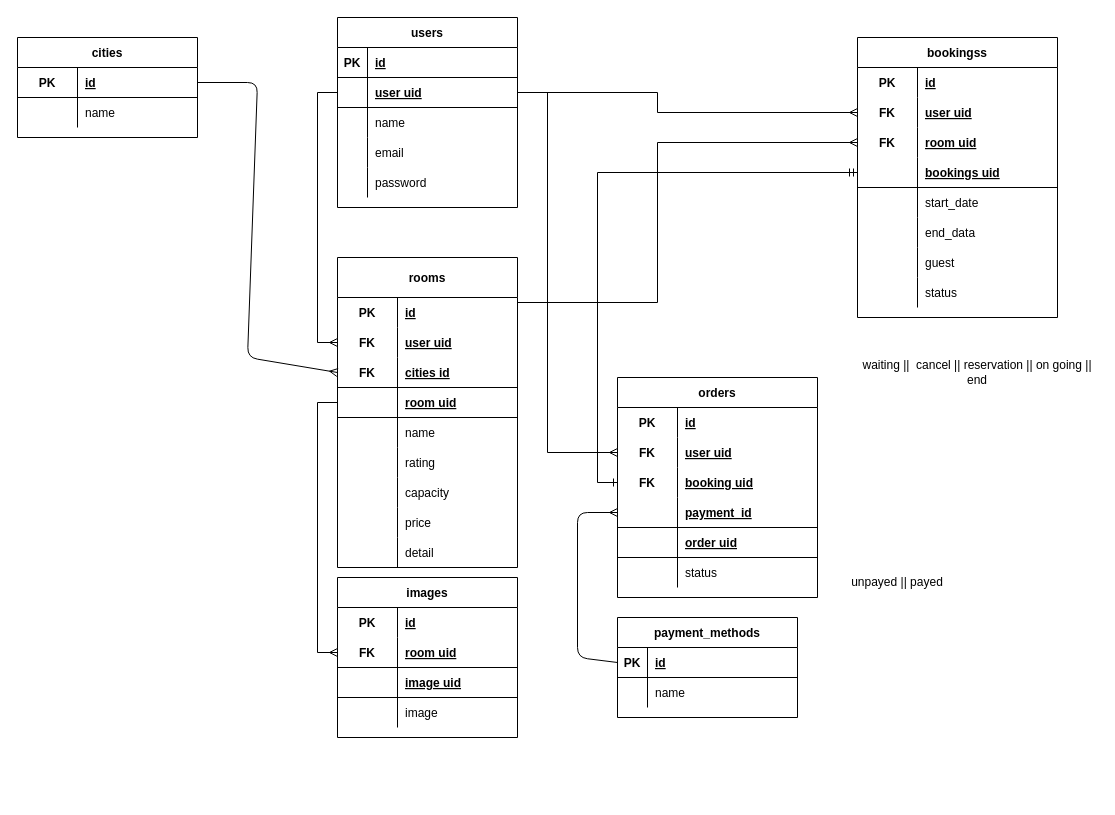
Before: repository/erd/altaProject .drawio in AIRBNB-App-Project2/backend-airbnb, a draw.io diagram. Source tidied: cells renumbered, new cells numbered last; positions are measured from the earlier drawing's top-left corner, leaving out a move shared by most shapes. Both pictures are drawn from the tidied source at 100%, with x=0, y=0 at pixel (17, 17).
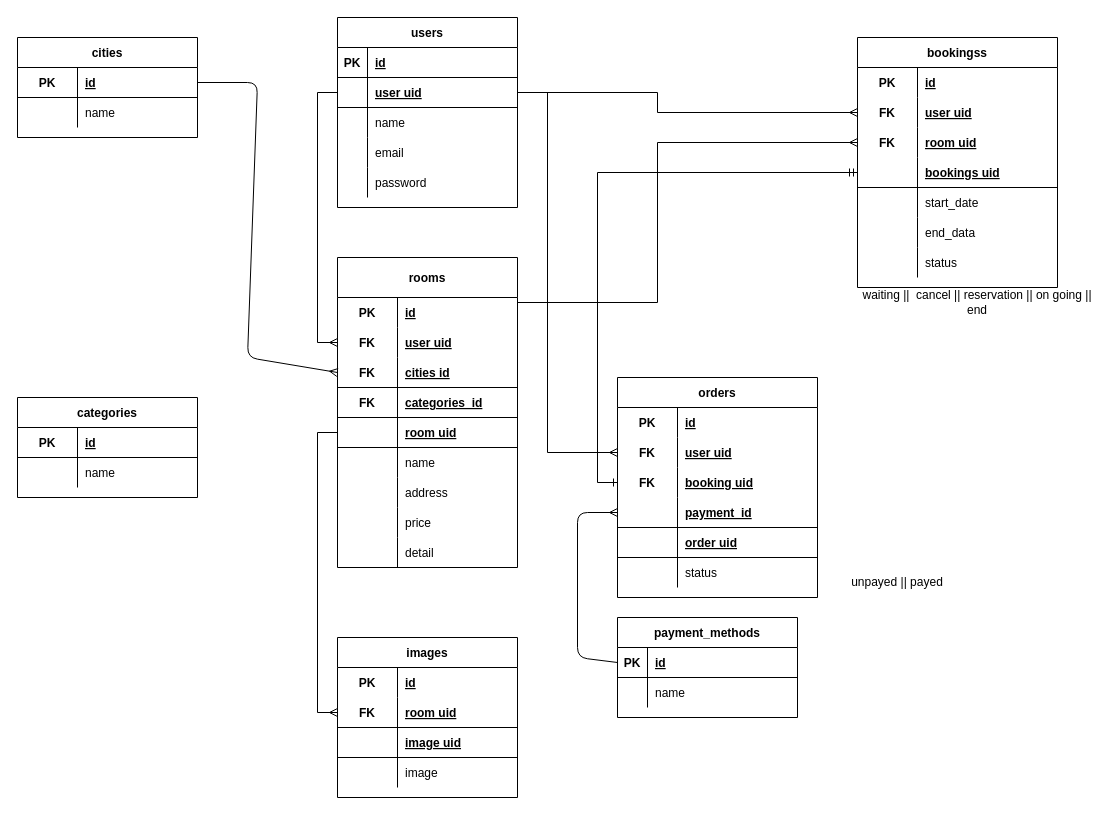
The same page after the edit.

Unchanged cells that the change refers to:
```xml
<mxCell id="19" value="rooms" style="shape=table;startSize=40;childLayout=tableLayout;rowLines=0;fontStyle=1;align=center;" parent="1" vertex="1">
  <mxGeometry x="320" y="240" width="180" height="310" as="geometry" />
</mxCell>
<mxCell id="38" style="shape=tableRow;horizontal=0;startSize=0;swimlaneHead=0;swimlaneBody=0;fillColor=none;top=0;left=0;right=0;bottom=0;" parent="19" vertex="1">
  <mxGeometry y="220" width="180" height="30" as="geometry" />
</mxCell>
```

The edit, as a diff of the source:
```diff
@@
+    <mxCell id="129" style="shape=tableRow;horizontal=0;startSize=0;swimlaneHead=0;swimlaneBody=0;fillColor=none;top=0;left=0;right=0;bottom=1;strokeColor=default;" parent="19" vertex="1">
+      <mxGeometry y="130" width="180" height="30" as="geometry" />
+    </mxCell>
+    <mxCell id="130" value="FK" style="shape=partialRectangle;fillColor=none;top=0;left=0;bottom=0;right=0;fontStyle=1;overflow=hidden;" parent="129" vertex="1">
+      <mxGeometry width="60" height="30" as="geometry" />
+    </mxCell>
+    <mxCell id="131" value="categories_id" style="shape=partialRectangle;fillColor=none;top=0;left=0;bottom=0;right=0;align=left;spacingLeft=6;fontStyle=5;overflow=hidden;" parent="129" vertex="1">
+      <mxGeometry x="60" width="120" height="30" as="geometry" />
+    </mxCell>
     <mxCell id="29" style="shape=tableRow;horizontal=0;startSize=0;swimlaneHead=0;swimlaneBody=0;fillColor=none;points=[[0,0.5],[1,0.5]];portConstraint=eastwest;top=0;left=0;right=0;bottom=1;strokeColor=default;" parent="19" vertex="1">
-      <mxGeometry y="130" width="180" height="30" as="geometry" />
+      <mxGeometry y="160" width="180" height="30" as="geometry" />
     </mxCell>
@@
     <mxCell id="32" style="shape=tableRow;horizontal=0;startSize=0;swimlaneHead=0;swimlaneBody=0;fillColor=none;top=0;left=0;right=0;bottom=0;" parent="19" vertex="1">
-      <mxGeometry y="160" width="180" height="30" as="geometry" />
+      <mxGeometry y="190" width="180" height="30" as="geometry" />
     </mxCell>
@@
-    <mxCell id="35" style="shape=tableRow;horizontal=0;startSize=0;swimlaneHead=0;swimlaneBody=0;fillColor=none;top=0;left=0;right=0;bottom=0;" parent="19" vertex="1">
-      <mxGeometry y="190" width="180" height="30" as="geometry" />
-    </mxCell>
-    <mxCell id="36" style="shape=partialRectangle;fillColor=none;top=0;left=0;bottom=0;right=0;overflow=hidden;" parent="35" vertex="1">
-      <mxGeometry width="60" height="30" as="geometry" />
-    </mxCell>
-    <mxCell id="37" value="rating" style="shape=partialRectangle;fillColor=none;top=0;left=0;bottom=0;right=0;align=left;spacingLeft=6;overflow=hidden;" parent="35" vertex="1">
-      <mxGeometry x="60" width="120" height="30" as="geometry" />
-    </mxCell>
@@
-    <mxCell id="39" style="shape=partialRectangle;fillColor=none;top=0;left=0;bottom=0;right=0;overflow=hidden;" parent="38" vertex="1">
-      <mxGeometry width="60" height="30" as="geometry" />
-    </mxCell>
-    <mxCell id="40" value="capacity" style="shape=partialRectangle;fillColor=none;top=0;left=0;bottom=0;right=0;align=left;spacingLeft=6;overflow=hidden;" parent="38" vertex="1">
-      <mxGeometry x="60" width="120" height="30" as="geometry" />
-    </mxCell>
+    <mxCell id="132" style="shape=partialRectangle;fillColor=none;top=0;left=0;bottom=0;right=0;overflow=hidden;" parent="38" vertex="1">
+      <mxGeometry width="60" height="30" as="geometry" />
+    </mxCell>
+    <mxCell id="133" value="address" style="shape=partialRectangle;fillColor=none;top=0;left=0;bottom=0;right=0;align=left;spacingLeft=6;overflow=hidden;" parent="38" vertex="1">
+      <mxGeometry x="60" width="120" height="30" as="geometry" />
+    </mxCell>
@@
     <mxCell id="47" value="bookingss" style="shape=table;startSize=30;childLayout=tableLayout;rowLines=0;fontStyle=1;align=center;strokeColor=default;fillColor=none;" parent="1" vertex="1">
-      <mxGeometry x="840" y="20" width="200" height="280" as="geometry" />
+      <mxGeometry x="840" y="20" width="200" height="250" as="geometry" />
     </mxCell>
@@
-    <mxCell id="66" style="shape=tableRow;horizontal=0;startSize=0;swimlaneHead=0;swimlaneBody=0;fillColor=none;top=0;left=0;right=0;bottom=0;strokeColor=default;" parent="47" vertex="1">
-      <mxGeometry y="210" width="200" height="30" as="geometry" />
-    </mxCell>
-    <mxCell id="67" style="shape=partialRectangle;fillColor=none;top=0;left=0;bottom=0;right=0;overflow=hidden;strokeColor=default;" parent="66" vertex="1">
-      <mxGeometry width="60" height="30" as="geometry" />
-    </mxCell>
-    <mxCell id="68" value="guest" style="shape=partialRectangle;fillColor=none;top=0;left=0;bottom=0;right=0;align=left;spacingLeft=6;overflow=hidden;strokeColor=default;" parent="66" vertex="1">
-      <mxGeometry x="60" width="140" height="30" as="geometry" />
-    </mxCell>
     <mxCell id="69" style="shape=tableRow;horizontal=0;startSize=0;swimlaneHead=0;swimlaneBody=0;fillColor=none;top=0;left=0;right=0;bottom=0;strokeColor=default;" parent="47" vertex="1">
-      <mxGeometry y="240" width="200" height="30" as="geometry" />
+      <mxGeometry y="210" width="200" height="30" as="geometry" />
     </mxCell>
@@
     <mxCell id="74" value="images" style="shape=table;startSize=30;childLayout=tableLayout;rowLines=0;fontStyle=1;align=center;" parent="1" vertex="1">
-      <mxGeometry x="320" y="560" width="180" height="160" as="geometry" />
+      <mxGeometry x="320" y="620" width="180" height="160" as="geometry" />
     </mxCell>
@@
     <mxCell id="115" value="waiting ||&amp;nbsp; cancel || reservation || on going || end" style="text;html=1;strokeColor=none;fillColor=none;align=center;verticalAlign=middle;whiteSpace=wrap;rounded=0;" parent="1" vertex="1">
-      <mxGeometry x="840" y="340" width="240" height="30" as="geometry" />
+      <mxGeometry x="840" y="270" width="240" height="30" as="geometry" />
     </mxCell>
@@
+    <mxCell id="134" value="categories" style="shape=table;startSize=30;childLayout=tableLayout;rowLines=0;fontStyle=1;align=center;" parent="1" vertex="1">
+      <mxGeometry y="380" width="180" height="100" as="geometry" />
+    </mxCell>
+    <mxCell id="135" style="shape=tableRow;horizontal=0;startSize=0;swimlaneHead=0;swimlaneBody=0;fillColor=none;top=0;left=0;right=0;bottom=1;strokeColor=default;" parent="134" vertex="1">
+      <mxGeometry y="30" width="180" height="30" as="geometry" />
+    </mxCell>
+    <mxCell id="136" value="PK" style="shape=partialRectangle;fillColor=none;top=0;left=0;bottom=0;right=0;fontStyle=1;overflow=hidden;" parent="135" vertex="1">
+      <mxGeometry width="60" height="30" as="geometry" />
+    </mxCell>
+    <mxCell id="137" value="id" style="shape=partialRectangle;fillColor=none;top=0;left=0;bottom=0;right=0;align=left;spacingLeft=6;fontStyle=5;overflow=hidden;" parent="135" vertex="1">
+      <mxGeometry x="60" width="120" height="30" as="geometry" />
+    </mxCell>
+    <mxCell id="138" style="shape=tableRow;horizontal=0;startSize=0;swimlaneHead=0;swimlaneBody=0;fillColor=none;top=0;left=0;right=0;bottom=0;" parent="134" vertex="1">
+      <mxGeometry y="60" width="180" height="30" as="geometry" />
+    </mxCell>
+    <mxCell id="139" style="shape=partialRectangle;fillColor=none;top=0;left=0;bottom=0;right=0;overflow=hidden;" parent="138" vertex="1">
+      <mxGeometry width="60" height="30" as="geometry" />
+    </mxCell>
+    <mxCell id="140" value="name" style="shape=partialRectangle;fillColor=none;top=0;left=0;bottom=0;right=0;align=left;spacingLeft=6;overflow=hidden;" parent="138" vertex="1">
+      <mxGeometry x="60" width="120" height="30" as="geometry" />
+    </mxCell>
```
